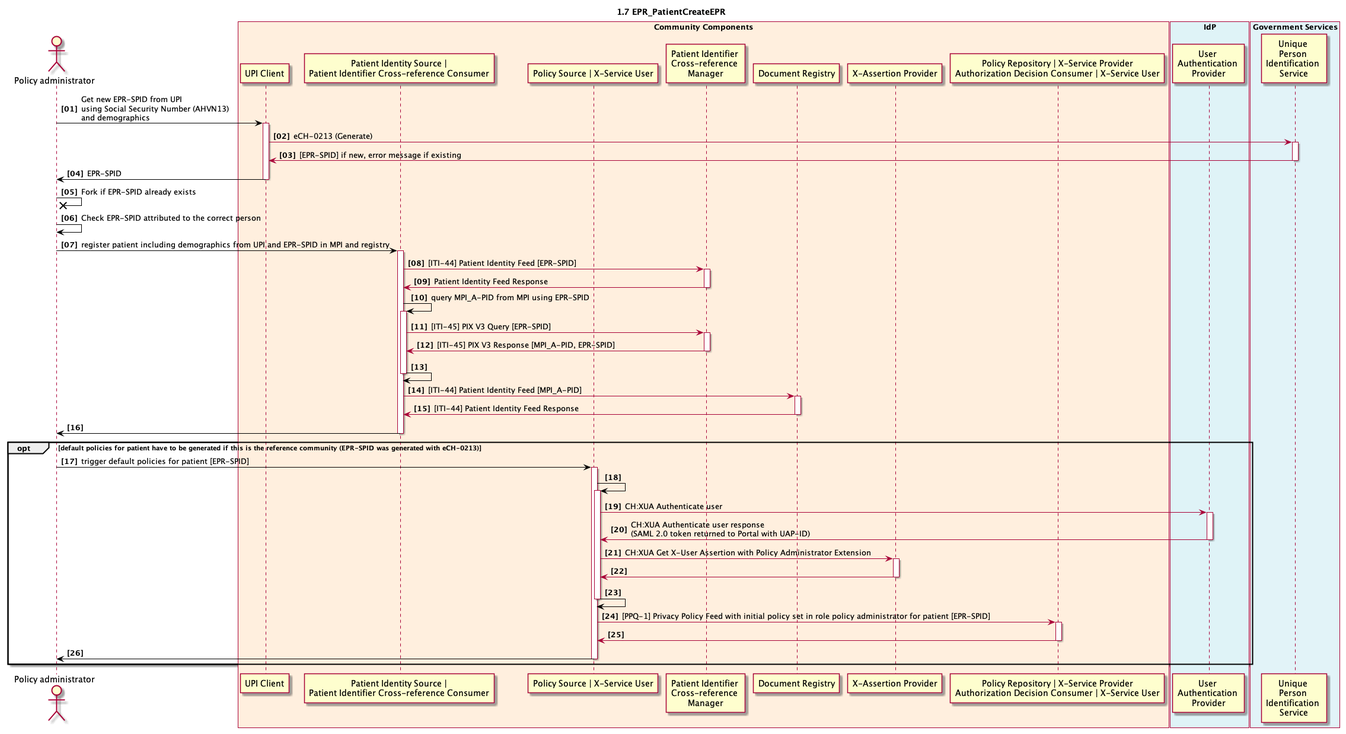
The PlantUML diagram 1_07_EPR_PatientCreateEPR.plantuml.png in ahdis/ch-epr-seqdiag, before a commit.
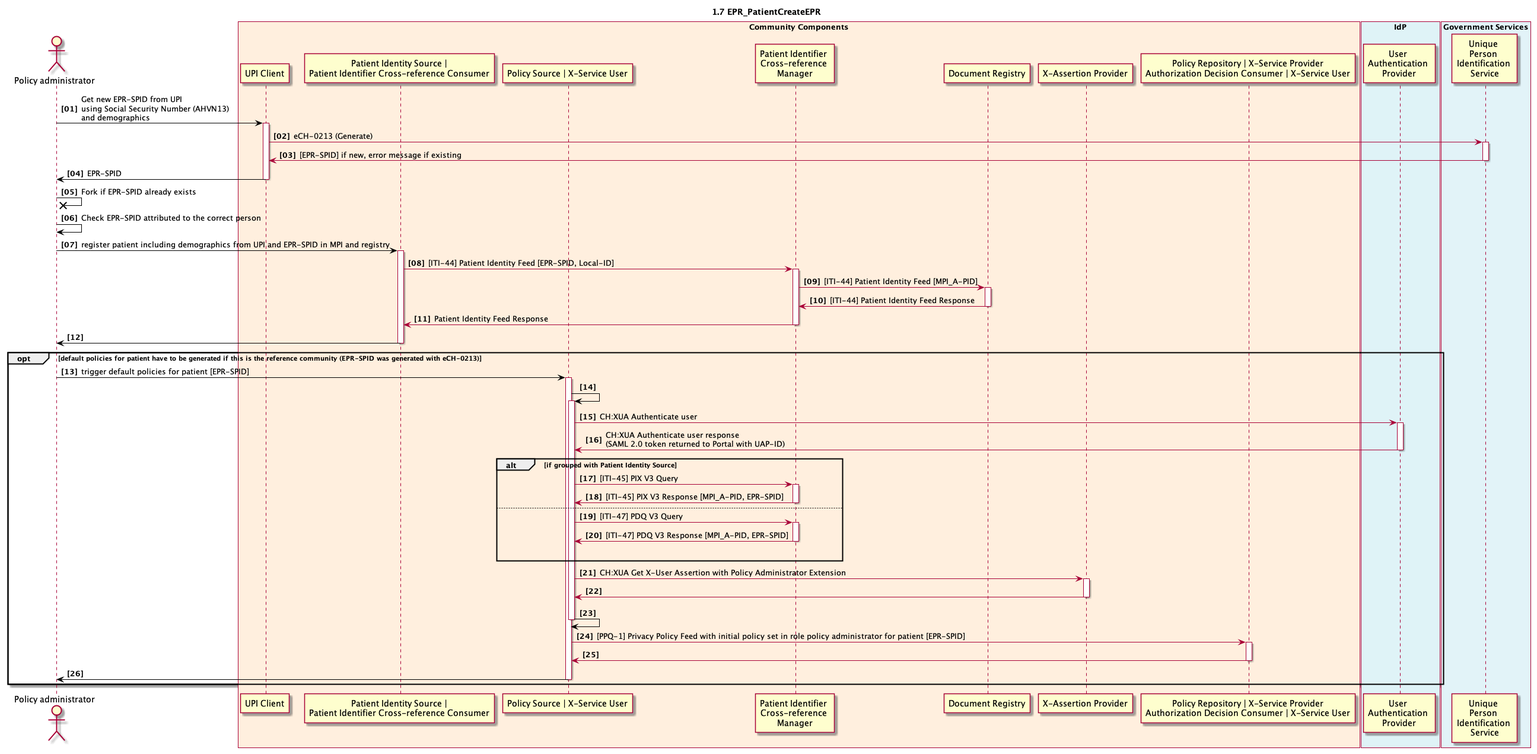
After the commit.

What changed in the source:
```diff
@@ -36,27 +36,20 @@
 
 admin -[#black]> admin: Check EPR-SPID attributed to the correct person
 
-
 admin -[#black]> cc_mpi_source: register patient including demographics from UPI and EPR-SPID in MPI and registry
 activate cc_mpi_source
-cc_mpi_source -> cc_mpi_x_ref_manager: [ITI-44] Patient Identity Feed [EPR-SPID]
+cc_mpi_source -> cc_mpi_x_ref_manager: [ITI-44] Patient Identity Feed [EPR-SPID, Local-ID]
 activate cc_mpi_x_ref_manager
+
+cc_mpi_x_ref_manager -> cc_doc_registry: [ITI-44] Patient Identity Feed [MPI_A-PID]
+activate cc_doc_registry
+cc_mpi_x_ref_manager <- cc_doc_registry: [ITI-44] Patient Identity Feed Response
+deactivate cc_doc_registry
+
 cc_mpi_source <- cc_mpi_x_ref_manager: Patient Identity Feed Response
 deactivate cc_mpi_x_ref_manager
 
-cc_mpi_source -[#black]> cc_mpi_source: query MPI_A-PID from MPI using EPR-SPID
-activate cc_mpi_source
-cc_mpi_source -> cc_mpi_x_ref_manager: [ITI-45] PIX V3 Query [EPR-SPID]
-activate cc_mpi_x_ref_manager
-cc_mpi_source <- cc_mpi_x_ref_manager: [ITI-45] PIX V3 Response [MPI_A-PID, EPR-SPID]
-deactivate cc_mpi_x_ref_manager
-cc_mpi_source <[#black]- cc_mpi_source
-deactivate cc_mpi_source
 
-cc_mpi_source -> cc_doc_registry: [ITI-44] Patient Identity Feed [MPI_A-PID]
-activate cc_doc_registry
-cc_mpi_source <- cc_doc_registry: [ITI-44] Patient Identity Feed Response
-deactivate cc_doc_registry
 
 admin <[#black]- cc_mpi_source
 deactivate cc_mpi_source
@@ -71,6 +64,20 @@
   activate idp_user_authentication_provider
   cc_ppq_policy_source <- idp_user_authentication_provider : CH:XUA Authenticate user response \n(SAML 2.0 token returned to Portal with UAP-ID)
   deactivate idp_user_authentication_provider
+
+alt if grouped with Patient Identity Source
+	cc_ppq_policy_source -> cc_mpi_x_ref_manager: [ITI-45] PIX V3 Query
+	activate cc_mpi_x_ref_manager
+	cc_ppq_policy_source<- cc_mpi_x_ref_manager: [ITI-45] PIX V3 Response [MPI_A-PID, EPR-SPID]
+	deactivate cc_mpi_x_ref_manager
+else
+	cc_ppq_policy_source -> cc_mpi_x_ref_manager: [ITI-47] PDQ V3 Query
+	activate cc_mpi_x_ref_manager
+	cc_ppq_policy_source<- cc_mpi_x_ref_manager: [ITI-47] PDQ V3 Response [MPI_A-PID, EPR-SPID]
+	deactivate cc_mpi_x_ref_manager
+	|||
+end
+
   cc_ppq_policy_source -> cc_x_assertion_provider:  CH:XUA Get X-User Assertion with Policy Administrator Extension
   activate cc_x_assertion_provider
   cc_ppq_policy_source <- cc_x_assertion_provider
@@ -85,6 +92,4 @@
   deactivate cc_ppq_policy_source
 end
 
-
-
 @enduml
```
